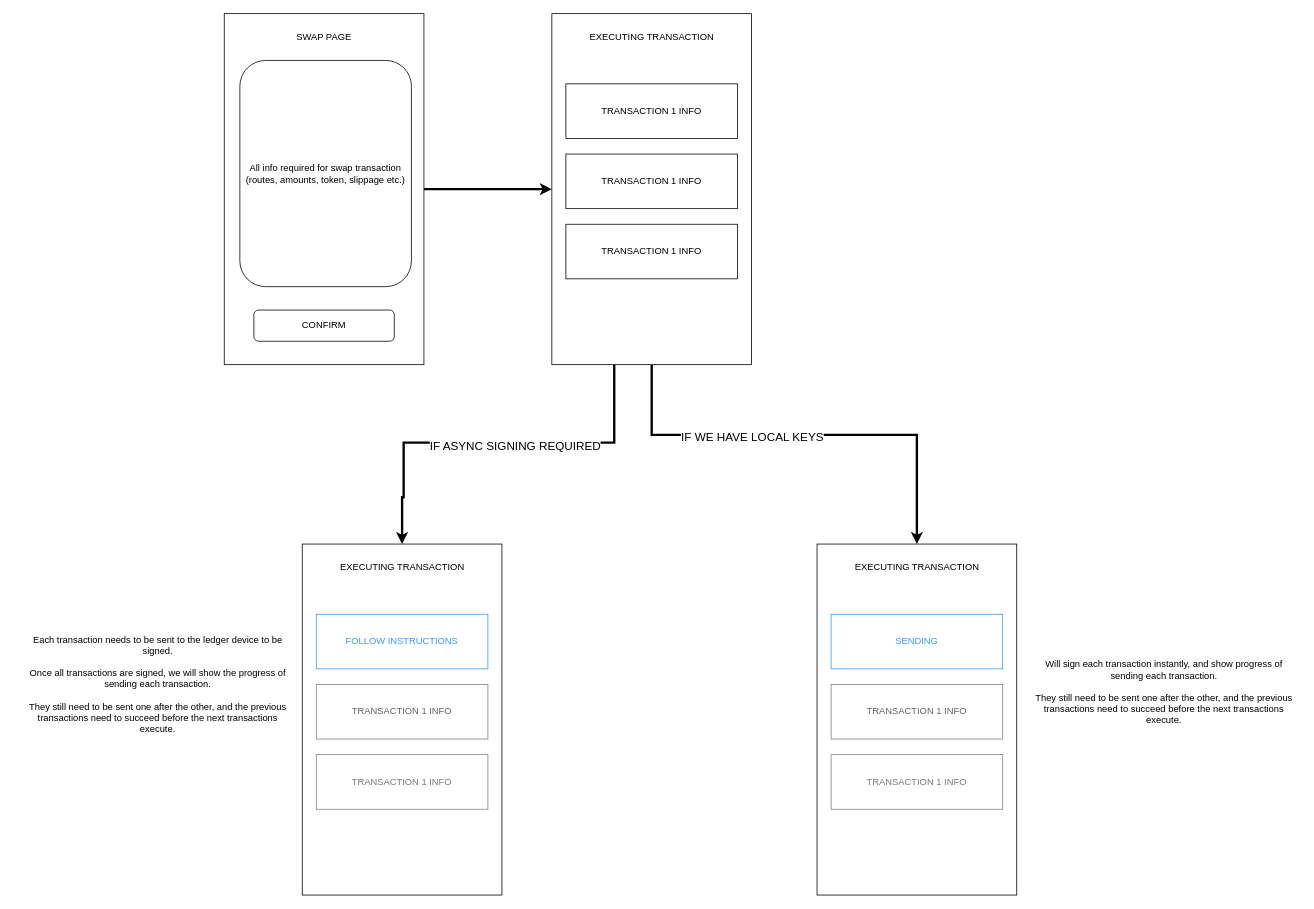
This is basic_ui_diagrams/Meteor Transaction Execution.drawio from lostpebble/meteor-diagrams, a draw.io file, before an edit. Source tidied: cells renumbered, new cells numbered last; positions are measured from the earlier drawing's top-left corner, leaving out a move shared by most shapes. Both pictures are drawn from the tidied source at 78%, with x=0, y=0 at pixel (21, 13).
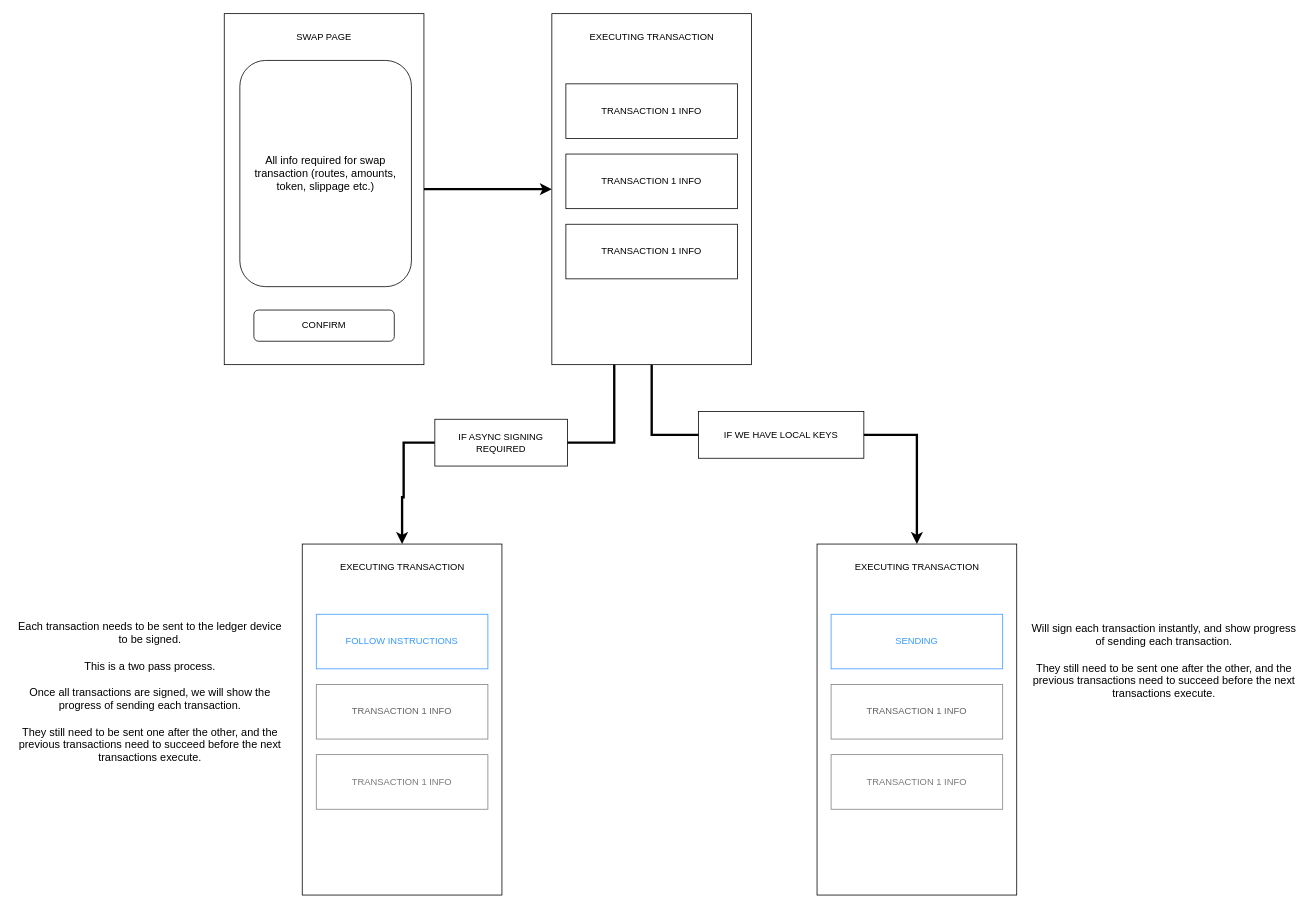
After the change.

Unchanged cells that the change refers to:
```xml
<mxCell id="8" style="edgeStyle=orthogonalEdgeStyle;rounded=0;jettySize=auto;html=1;entryX=0.5;entryY=0;entryDx=0;entryDy=0;strokeWidth=3;" parent="1" edge="1" source="10" target="21">
  <mxGeometry relative="1" as="geometry">
    <Array as="points">
      <mxPoint x="808" y="540" />
      <mxPoint x="1148" y="540" />
    </Array>
  </mxGeometry>
</mxCell>
<mxCell id="10" style="rounded=0;whiteSpace=wrap;html=1;" parent="1" vertex="1">
  <mxGeometry x="680" width="256" height="450" as="geometry" />
</mxCell>
<mxCell id="15" style="rounded=0;whiteSpace=wrap;html=1;" parent="1" vertex="1">
  <mxGeometry x="360" y="680" width="256" height="450" as="geometry" />
</mxCell>
```

The edit, as a diff of the source:
```diff
@@
-    <mxCell id="6" style="edgeStyle=orthogonalEdgeStyle;rounded=0;jettySize=auto;html=1;entryX=0.5;entryY=0;entryDx=0;entryDy=0;strokeWidth=3;" parent="1" edge="1" source="10" target="15">
+    <mxCell id="6" style="edgeStyle=orthogonalEdgeStyle;rounded=0;jettySize=auto;html=1;entryX=0.5;entryY=0;entryDx=0;entryDy=0;strokeWidth=3;" parent="1" edge="1" source="7" target="15">
       <mxGeometry relative="1" as="geometry">
         <Array as="points">
-          <mxPoint x="760" y="550" />
           <mxPoint x="490" y="550" />
           <mxPoint x="490" y="620" />
           <mxPoint x="488" y="620" />
         </Array>
       </mxGeometry>
     </mxCell>
-    <mxCell id="7" value="&lt;font style=&quot;font-size: 15px;&quot;&gt;IF ASYNC SIGNING REQUIRED&lt;/font&gt;" style="edgeLabel;html=1;align=center;verticalAlign=middle;points=[];" parent="6" vertex="1">
-      <mxGeometry x="-0.09" y="3" relative="1" as="geometry" />
-    </mxCell>
@@
-    <mxCell id="9" value="&lt;font style=&quot;font-size: 15px;&quot;&gt;IF WE HAVE LOCAL KEYS&lt;/font&gt;" style="edgeLabel;html=1;align=center;verticalAlign=middle;" parent="8" vertex="1">
-      <mxGeometry x="-0.23" y="-2" relative="1" as="geometry">
-        <mxPoint x="-1" as="offset" />
-      </mxGeometry>
-    </mxCell>
@@
-    <mxCell id="20" value="All info required for swap transaction (routes, amounts, token, slippage etc.)" style="rounded=1;whiteSpace=wrap;html=1;" parent="1" vertex="1">
+    <mxCell id="20" value="&lt;font style=&quot;font-size: 14px;&quot;&gt;All info required for swap transaction (routes, amounts, token, slippage etc.)&lt;/font&gt;" style="rounded=1;whiteSpace=wrap;html=1;" parent="1" vertex="1">
       <mxGeometry x="280" y="60" width="220" height="290" as="geometry" />
     </mxCell>
@@
-    <mxCell id="26" value="Will sign each transaction instantly, and show progress of sending each transaction.&lt;br&gt;&lt;br&gt;They still need to be sent one after the other, and the previous transactions need to succeed before the next transactions execute." style="text;html=1;strokeColor=none;fillColor=none;align=center;verticalAlign=middle;whiteSpace=wrap;rounded=0;" parent="1" vertex="1">
-      <mxGeometry x="1290" y="770" width="350" height="199" as="geometry" />
+    <mxCell id="26" value="&lt;font style=&quot;font-size: 14px;&quot;&gt;Will sign each transaction instantly, and show progress of sending each transaction.&lt;br&gt;&lt;br&gt;They still need to be sent one after the other, and the previous transactions need to succeed before the next transactions execute.&lt;/font&gt;" style="text;html=1;strokeColor=none;fillColor=none;align=center;verticalAlign=middle;whiteSpace=wrap;rounded=0;" parent="1" vertex="1">
+      <mxGeometry x="1290" y="730" width="350" height="199" as="geometry" />
     </mxCell>
-    <mxCell id="27" value="Each transaction needs to be sent to the ledger device to be signed.&lt;br&gt;&lt;br&gt;Once all transactions are signed, we will show the progress of sending each transaction.&lt;br&gt;&lt;br&gt;They still need to be sent one after the other, and the previous transactions need to succeed before the next transactions execute." style="text;html=1;strokeColor=none;fillColor=none;align=center;verticalAlign=middle;whiteSpace=wrap;rounded=0;" parent="1" vertex="1">
-      <mxGeometry y="760" width="350" height="199" as="geometry" />
+    <mxCell id="27" value="&lt;font style=&quot;font-size: 14px;&quot;&gt;Each transaction needs to be sent to the ledger device to be signed.&lt;br&gt;&lt;br&gt;This is a two pass process.&lt;br&gt;&lt;br&gt;Once all transactions are signed, we will show the progress of sending each transaction.&lt;br&gt;&lt;br&gt;They still need to be sent one after the other, and the previous transactions need to succeed before the next transactions execute.&lt;/font&gt;" style="text;html=1;strokeColor=none;fillColor=none;align=center;verticalAlign=middle;whiteSpace=wrap;rounded=0;" parent="1" vertex="1">
+      <mxGeometry x="-10" y="770" width="350" height="199" as="geometry" />
     </mxCell>
+    <mxCell id="28" style="edgeStyle=orthogonalEdgeStyle;rounded=0;jettySize=auto;html=1;entryX=0.5;entryY=0;entryDx=0;entryDy=0;strokeWidth=3;" parent="1" edge="1" source="10" target="7">
+      <mxGeometry relative="1" as="geometry">
+        <Array as="points">
+          <mxPoint x="760" y="550" />
+        </Array>
+      </mxGeometry>
+    </mxCell>
+    <mxCell id="7" value="IF ASYNC SIGNING REQUIRED" style="rounded=0;whiteSpace=wrap;html=1;" parent="1" vertex="1">
+      <mxGeometry x="530" y="520" width="170" height="60" as="geometry" />
+    </mxCell>
+    <mxCell id="9" value="IF WE HAVE LOCAL KEYS" style="rounded=0;whiteSpace=wrap;html=1;" parent="1" vertex="1">
+      <mxGeometry x="868" y="510" width="212" height="60" as="geometry" />
+    </mxCell>
```
